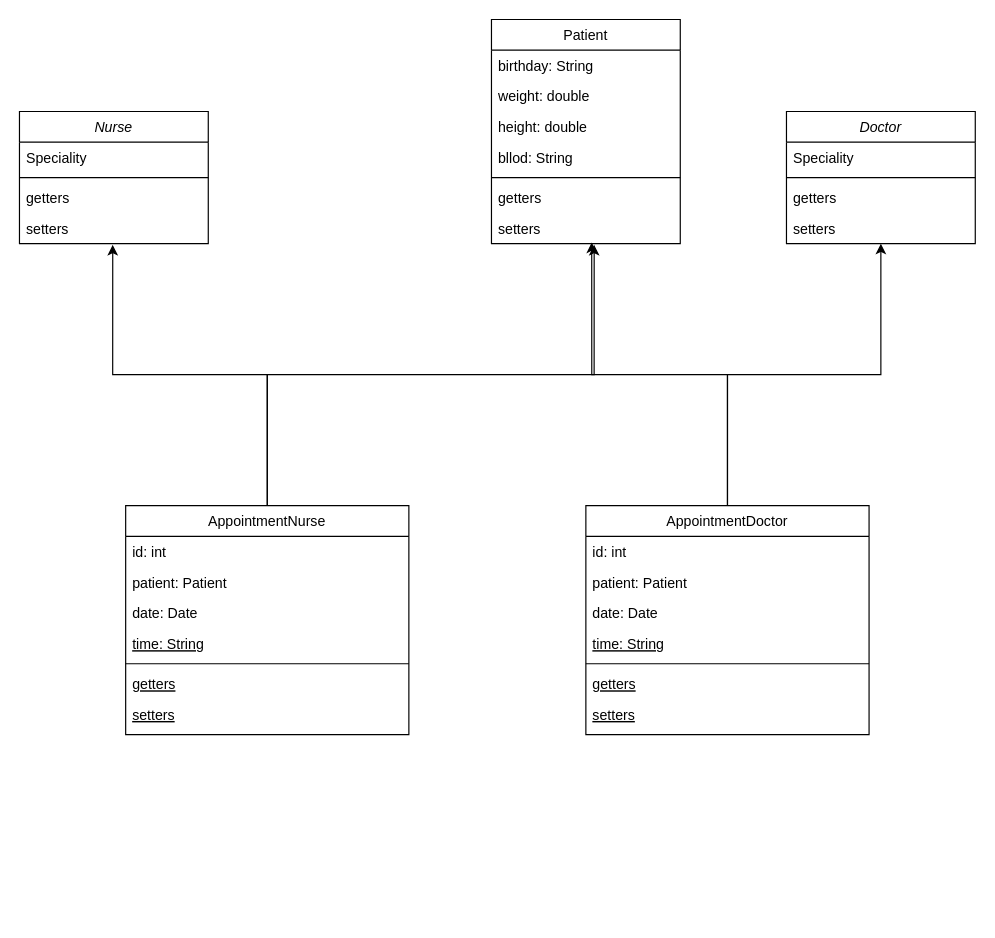
CrisNagar/CursosPlatzi keeps this draw.io diagram as Untitled Diagram.drawio. Above is the earlier version. Source tidied: cells renumbered, new cells numbered last; positions are measured from the earlier drawing's top-left corner, leaving out a move shared by most shapes. Both pictures are drawn from the tidied source at 118%, with x=0, y=0 at pixel (19, 19).
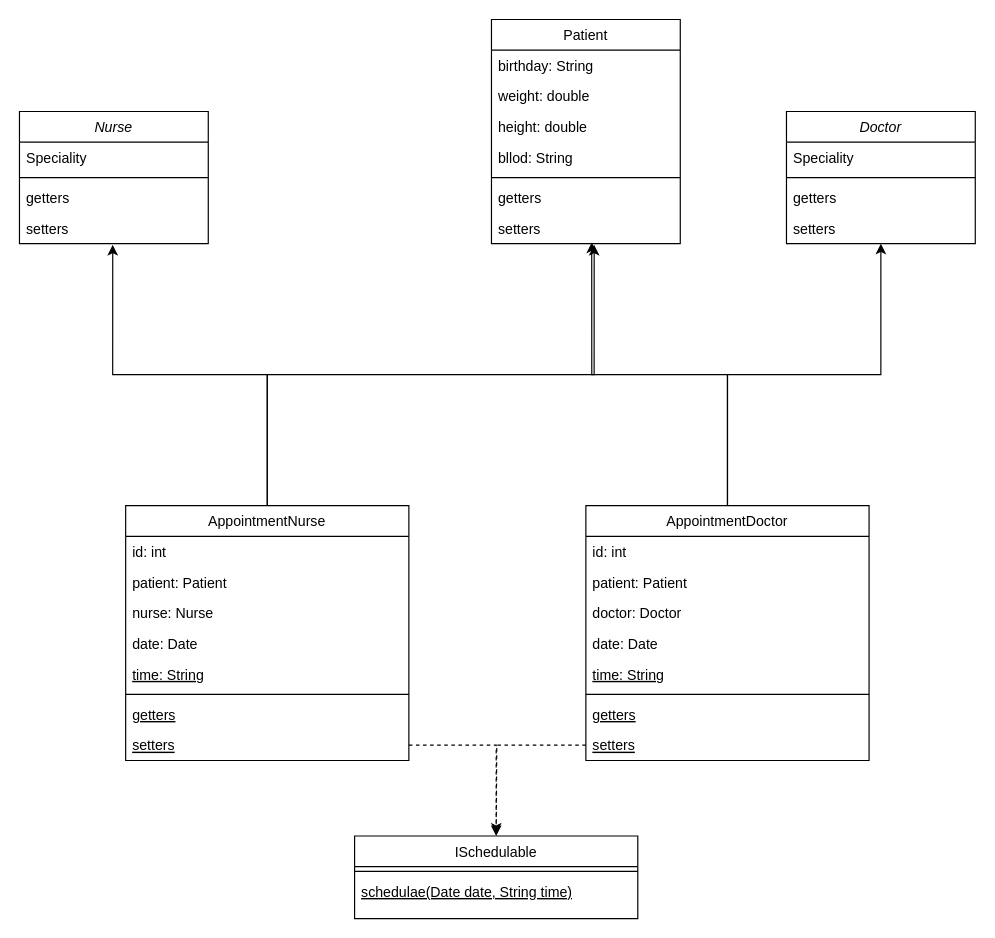
The same diagram, later.

The edit, as a diff of the source:
```diff
@@
     <mxCell id="8" value="AppointmentDoctor" style="swimlane;fontStyle=0;align=center;verticalAlign=top;horizontal=1;startSize=26;rounded=0;shadow=0;strokeWidth=1;" parent="1" vertex="1">
-      <mxGeometry x="480" y="412" width="240" height="194" as="geometry" />
+      <mxGeometry x="480" y="412" width="240" height="216" as="geometry" />
     </mxCell>
@@
+    <mxCell id="40" value="doctor: Doctor" style="text;align=left;verticalAlign=top;spacingLeft=4;spacingRight=4;overflow=hidden;rounded=0;shadow=0;html=0;" parent="8" vertex="1">
+      <mxGeometry y="78" width="240" height="26" as="geometry" />
+    </mxCell>
     <mxCell id="11" value="date: Date" style="text;align=left;verticalAlign=top;spacingLeft=4;spacingRight=4;overflow=hidden;" parent="8" vertex="1">
-      <mxGeometry y="78" width="240" height="26" as="geometry" />
+      <mxGeometry y="104" width="240" height="26" as="geometry" />
     </mxCell>
     <mxCell id="12" value="time: String" style="text;align=left;verticalAlign=top;spacingLeft=4;spacingRight=4;overflow=hidden;fontStyle=4;" parent="8" vertex="1">
-      <mxGeometry y="104" width="240" height="26" as="geometry" />
+      <mxGeometry y="130" width="240" height="26" as="geometry" />
     </mxCell>
     <mxCell id="13" style="line;html=1;strokeWidth=1;align=left;verticalAlign=middle;spacingTop=-1;spacingLeft=3;spacingRight=3;labelPosition=right;" parent="8" vertex="1">
-      <mxGeometry y="130" width="240" height="8" as="geometry" />
+      <mxGeometry y="156" width="240" height="8" as="geometry" />
     </mxCell>
     <mxCell id="14" value="getters" style="text;align=left;verticalAlign=top;spacingLeft=4;spacingRight=4;overflow=hidden;fontStyle=4;" parent="8" vertex="1">
-      <mxGeometry y="138" width="240" height="26" as="geometry" />
+      <mxGeometry y="164" width="240" height="26" as="geometry" />
     </mxCell>
     <mxCell id="15" value="setters" style="text;align=left;verticalAlign=top;spacingLeft=4;spacingRight=4;overflow=hidden;points=[[0,0.5],[1,0.5]];portConstraint=eastwest;fontStyle=4;" parent="8" vertex="1">
-      <mxGeometry y="164" width="240" height="26" as="geometry" />
+      <mxGeometry y="190" width="240" height="26" as="geometry" />
     </mxCell>
@@
     <mxCell id="32" value="AppointmentNurse" style="swimlane;fontStyle=0;align=center;verticalAlign=top;horizontal=1;startSize=26;rounded=0;shadow=0;strokeWidth=1;" parent="1" vertex="1">
-      <mxGeometry x="90" y="412" width="240" height="194" as="geometry" />
+      <mxGeometry x="90" y="412" width="240" height="216" as="geometry" />
     </mxCell>
@@
+    <mxCell id="41" value="nurse: Nurse" style="text;align=left;verticalAlign=top;spacingLeft=4;spacingRight=4;overflow=hidden;rounded=0;shadow=0;html=0;" parent="32" vertex="1">
+      <mxGeometry y="78" width="240" height="26" as="geometry" />
+    </mxCell>
     <mxCell id="35" value="date: Date" style="text;align=left;verticalAlign=top;spacingLeft=4;spacingRight=4;overflow=hidden;" parent="32" vertex="1">
-      <mxGeometry y="78" width="240" height="26" as="geometry" />
+      <mxGeometry y="104" width="240" height="26" as="geometry" />
     </mxCell>
     <mxCell id="36" value="time: String" style="text;align=left;verticalAlign=top;spacingLeft=4;spacingRight=4;overflow=hidden;fontStyle=4;" parent="32" vertex="1">
-      <mxGeometry y="104" width="240" height="26" as="geometry" />
+      <mxGeometry y="130" width="240" height="26" as="geometry" />
     </mxCell>
     <mxCell id="37" style="line;html=1;strokeWidth=1;align=left;verticalAlign=middle;spacingTop=-1;spacingLeft=3;spacingRight=3;labelPosition=right;" parent="32" vertex="1">
-      <mxGeometry y="130" width="240" height="8" as="geometry" />
+      <mxGeometry y="156" width="240" height="8" as="geometry" />
     </mxCell>
     <mxCell id="38" value="getters" style="text;align=left;verticalAlign=top;spacingLeft=4;spacingRight=4;overflow=hidden;fontStyle=4;" parent="32" vertex="1">
-      <mxGeometry y="138" width="240" height="26" as="geometry" />
+      <mxGeometry y="164" width="240" height="26" as="geometry" />
     </mxCell>
     <mxCell id="39" value="setters" style="text;align=left;verticalAlign=top;spacingLeft=4;spacingRight=4;overflow=hidden;points=[[0,0.5],[1,0.5]];portConstraint=eastwest;fontStyle=4;" parent="32" vertex="1">
-      <mxGeometry y="164" width="240" height="26" as="geometry" />
+      <mxGeometry y="190" width="240" height="26" as="geometry" />
     </mxCell>
+    <mxCell id="42" value="ISchedulable" style="swimlane;fontStyle=0;align=center;verticalAlign=top;horizontal=1;startSize=26;rounded=0;shadow=0;strokeWidth=1;" parent="1" vertex="1">
+      <mxGeometry x="284" y="692" width="240" height="70" as="geometry" />
+    </mxCell>
+    <mxCell id="43" style="line;html=1;strokeWidth=1;align=left;verticalAlign=middle;spacingTop=-1;spacingLeft=3;spacingRight=3;labelPosition=right;" parent="42" vertex="1">
+      <mxGeometry y="26" width="240" height="8" as="geometry" />
+    </mxCell>
+    <mxCell id="44" value="schedulae(Date date, String time)" style="text;align=left;verticalAlign=top;spacingLeft=4;spacingRight=4;overflow=hidden;fontStyle=4;" parent="42" vertex="1">
+      <mxGeometry y="34" width="240" height="26" as="geometry" />
+    </mxCell>
+    <mxCell id="45" style="edgeStyle=orthogonalEdgeStyle;rounded=0;jettySize=auto;html=1;entryX=0.5;entryY=0;entryDx=0;entryDy=0;dashed=1;" parent="1" edge="1" source="39" target="42">
+      <mxGeometry relative="1" as="geometry" />
+    </mxCell>
+    <mxCell id="46" style="edgeStyle=orthogonalEdgeStyle;rounded=0;jettySize=auto;html=1;dashed=1;" parent="1" edge="1" source="15">
+      <mxGeometry relative="1" as="geometry">
+        <mxPoint x="404" y="690" as="targetPoint" />
+      </mxGeometry>
+    </mxCell>
```
